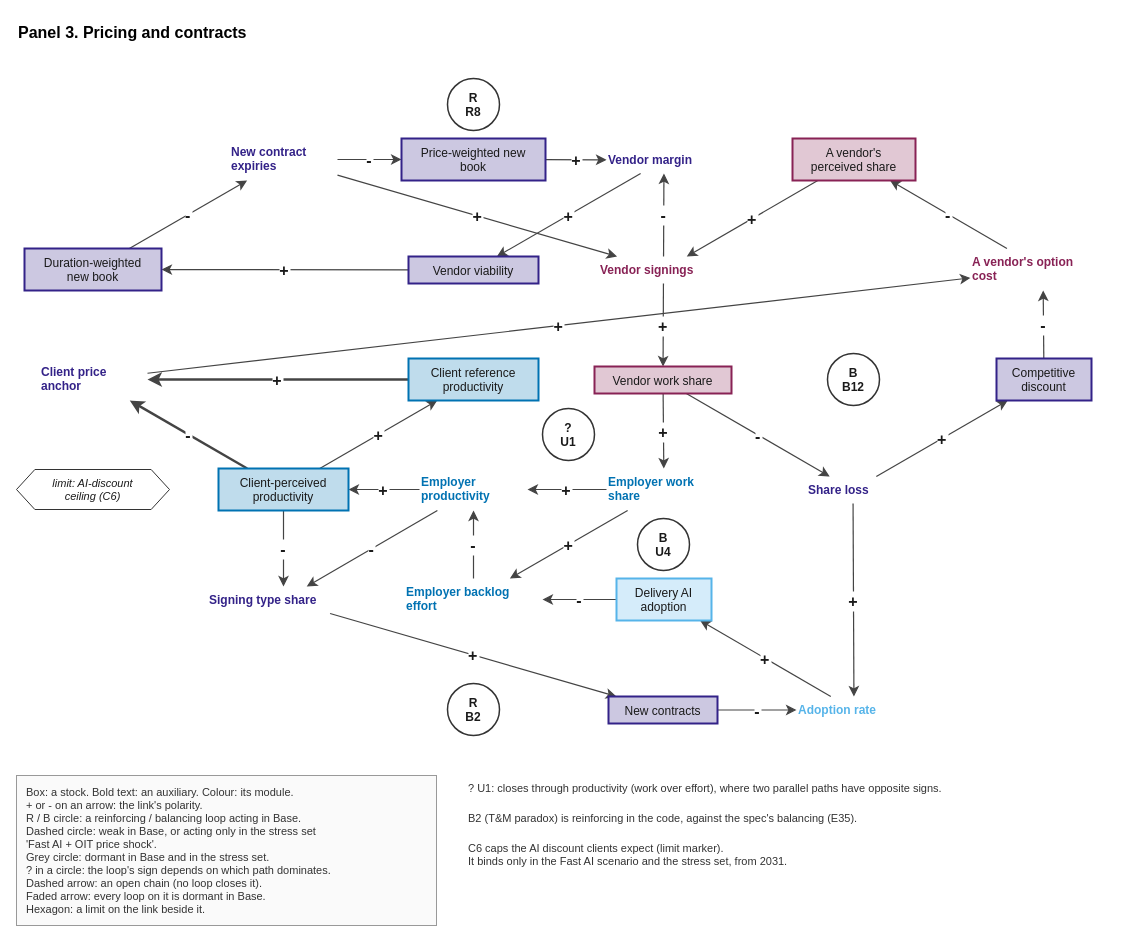
stravoris-tech/ai-it-labour-sim keeps this draw.io diagram as docs/model/diagrams/panel-pricing.drawio. Above is the earlier version. Source tidied: cells renumbered, new cells numbered last; positions are measured from the earlier drawing's top-left corner, leaving out a move shared by most shapes. Both pictures are drawn from the tidied source at 100%, with x=0, y=0 at pixel (16, 16).
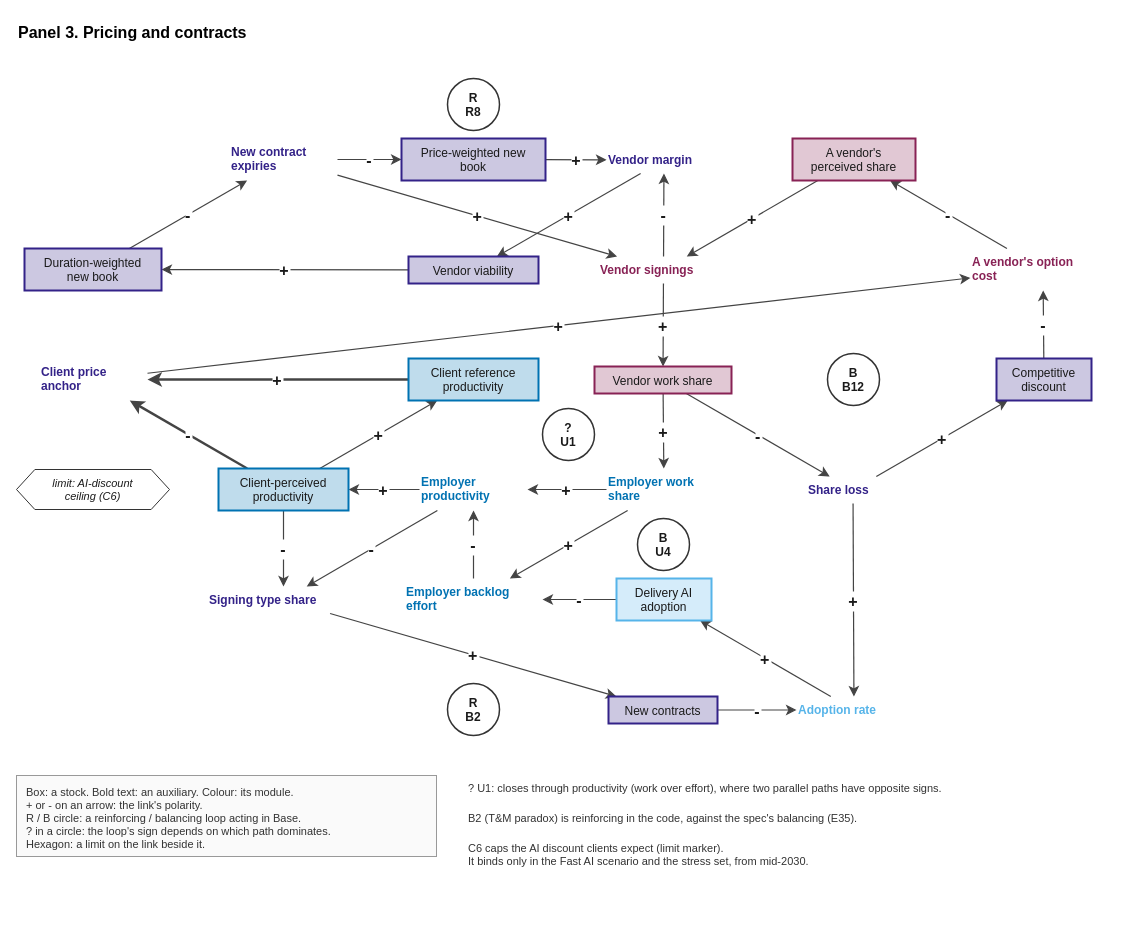
The same diagram, later.

What changed in the source:
```diff
@@
-    <mxCell id="59" value="Box: a stock. Bold text: an auxiliary. Colour: its module.&#10;+ or - on an arrow: the link's polarity.&#10;R / B circle: a reinforcing / balancing loop acting in Base.&#10;Dashed circle: weak in Base, or acting only in the stress set&#10;  'Fast AI + OIT price shock'.&#10;Grey circle: dormant in Base and in the stress set.&#10;? in a circle: the loop's sign depends on which path dominates.&#10;Dashed arrow: an open chain (no loop closes it).&#10;Faded arrow: every loop on it is dormant in Base.&#10;Hexagon: a limit on the link beside it." style="html=0;fontFamily=Helvetica;fontSize=12;text;align=left;verticalAlign=top;spacingLeft=8;spacingTop=4;fontSize=11;strokeColor=#999999;fillColor=#FAFAFA;fontColor=#333333;" parent="1" vertex="1">
-      <mxGeometry y="759" width="420" height="150" as="geometry" />
+    <mxCell id="59" value="Box: a stock. Bold text: an auxiliary. Colour: its module.&#10;+ or - on an arrow: the link's polarity.&#10;R / B circle: a reinforcing / balancing loop acting in Base.&#10;? in a circle: the loop's sign depends on which path dominates.&#10;Hexagon: a limit on the link beside it." style="html=0;fontFamily=Helvetica;fontSize=12;text;align=left;verticalAlign=top;spacingLeft=8;spacingTop=4;fontSize=11;strokeColor=#999999;fillColor=#FAFAFA;fontColor=#333333;" parent="1" vertex="1">
+      <mxGeometry y="759" width="420" height="81" as="geometry" />
     </mxCell>
@@
-    <mxCell id="62" value="C6 caps the AI discount clients expect (limit marker).&#10;It binds only in the Fast AI scenario and the stress set, from 2031." style="html=0;fontFamily=Helvetica;fontSize=12;text;align=left;verticalAlign=top;fontSize=11;strokeColor=none;fillColor=none;fontColor=#333333;" parent="1" vertex="1">
-      <mxGeometry x="450" y="819" width="452" height="40" as="geometry" />
+    <mxCell id="62" value="C6 caps the AI discount clients expect (limit marker).&#10;It binds only in the Fast AI scenario and the stress set, from mid-2030." style="html=0;fontFamily=Helvetica;fontSize=12;text;align=left;verticalAlign=top;fontSize=11;strokeColor=none;fillColor=none;fontColor=#333333;" parent="1" vertex="1">
+      <mxGeometry x="450" y="819" width="478" height="40" as="geometry" />
     </mxCell>
```
